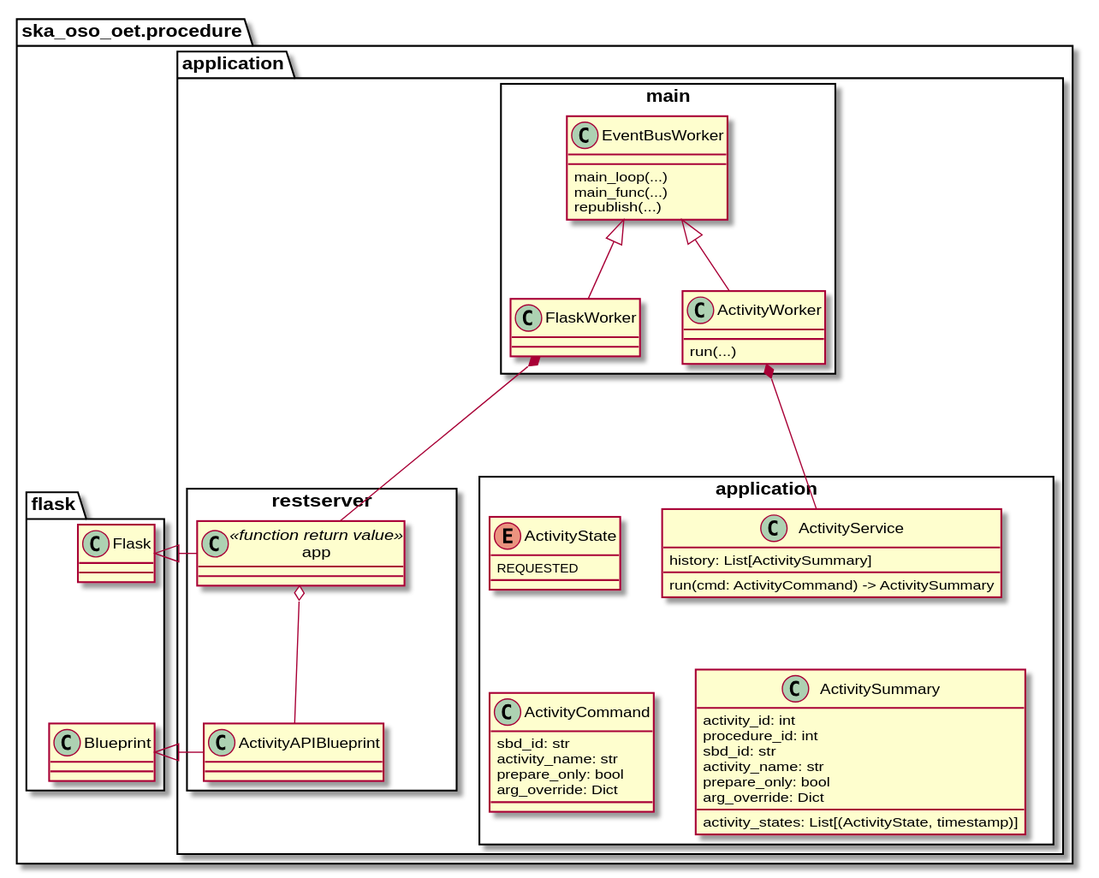
The PlantUML diagram docs/src/diagrams/export/backend_module_execution_primary_activity.svg in ska-telescope/observation-execution-tool, before a commit.
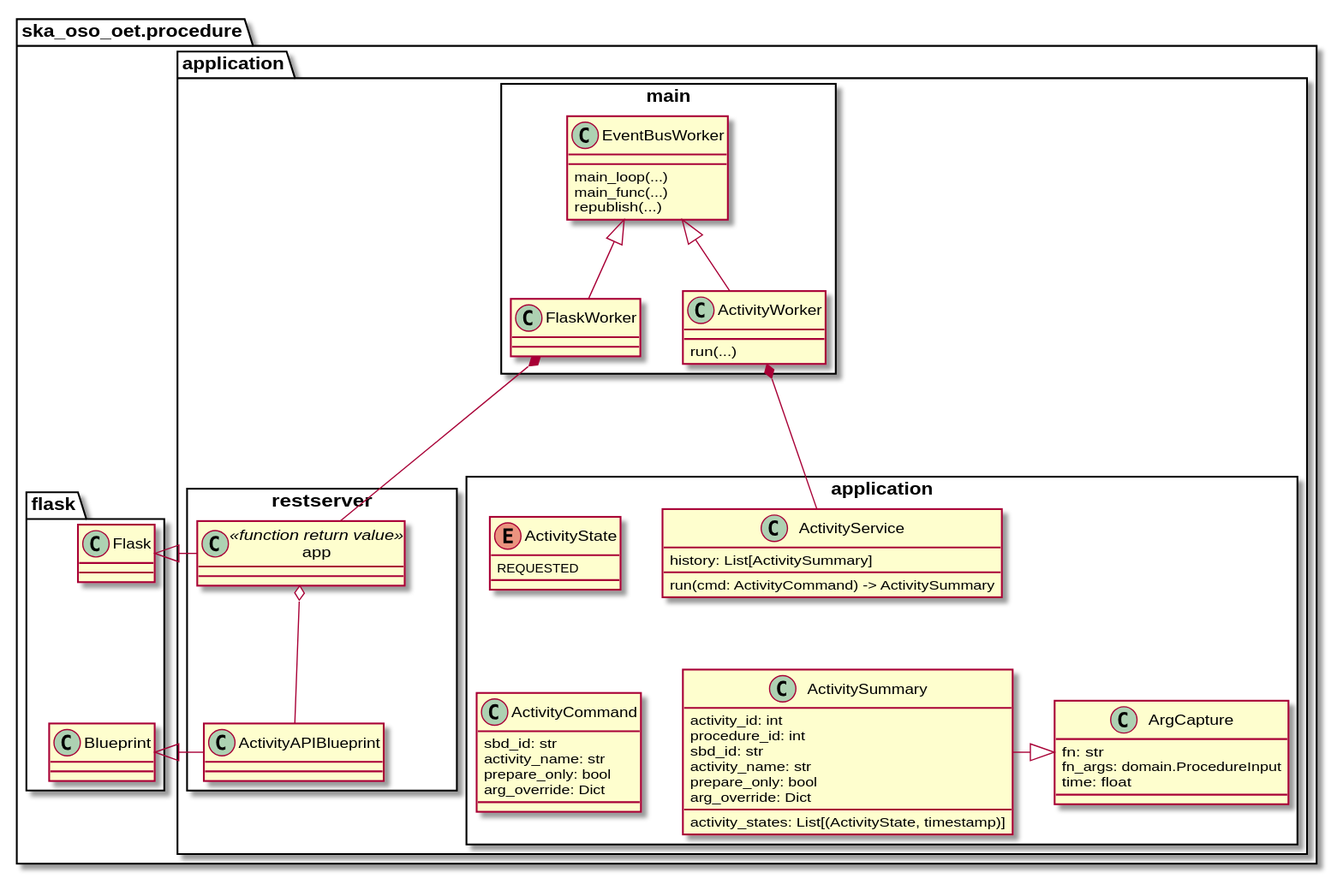
Above is the later version.

Commit message:
BTN-1541 Add ArgCapture to diagrams

The edit, as a diff of the source:
```diff
@@ -50,6 +50,13 @@
             activity_states: List[(ActivityState, timestamp)]
         }
 
+        class ArgCapture {
+            fn: str
+            fn_args: domain.ProcedureInput
+            time: float
+        }
+        ActivitySummary -right-|> ArgCapture
+
         class ActivityCommand {
             sbd_id: str
             activity_name: str
```
